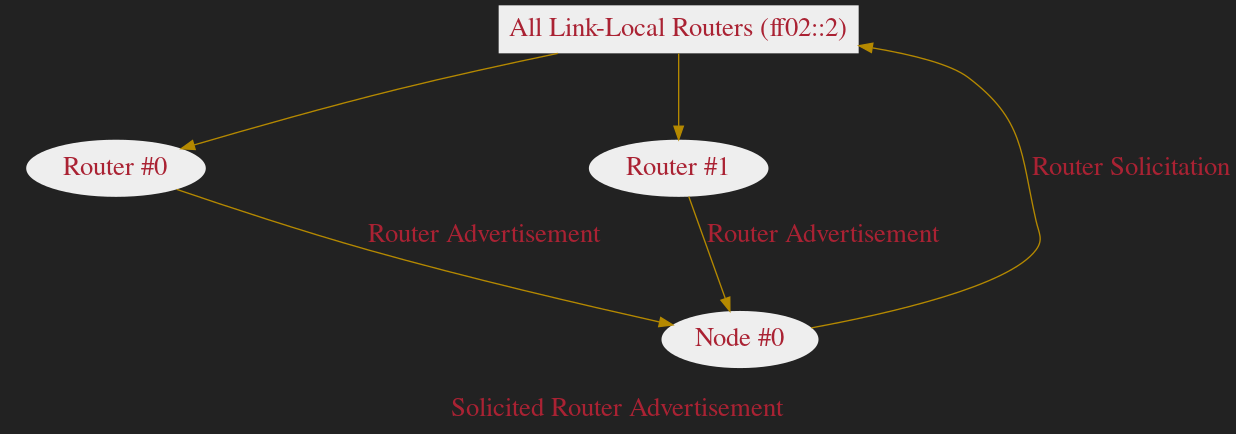
The Graphviz diagram slides/graphs/images/ndp-sra.png in dlrobertson/dlrobertson.com, before a commit. Its source is kept beside it as slides/graphs/sources/ndp-sra.dot.
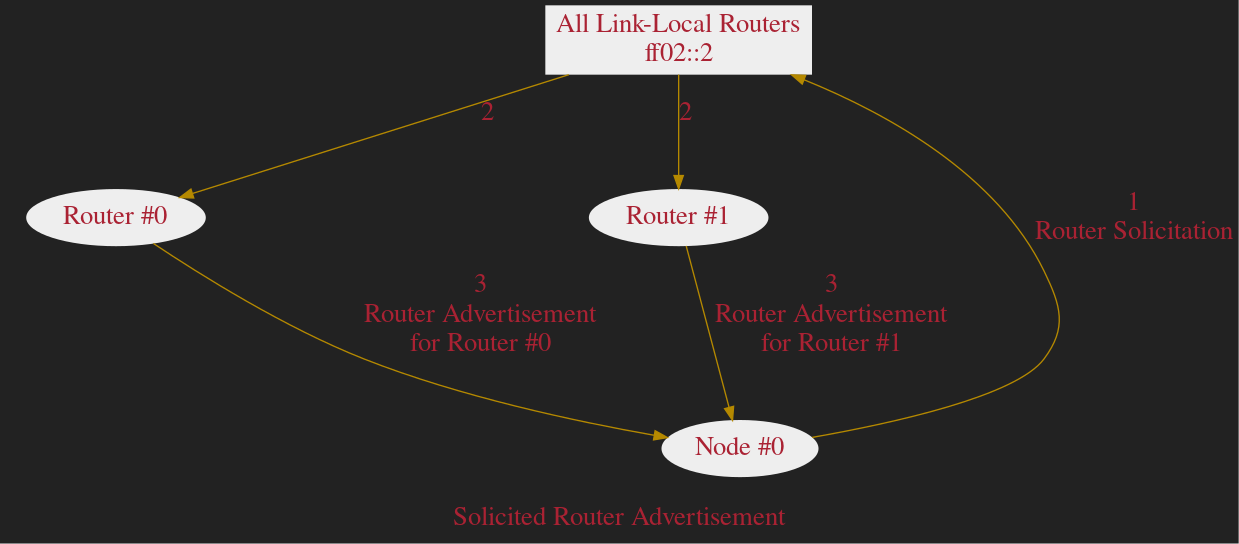
After the commit.

What changed in the source:
```diff
@@ -26,7 +26,7 @@
         ]
     }
     all_routers[
-        label="All Link-Local Routers (ff02::2)"
+        label="All Link-Local Routers\nff02::2"
         style=filled
         color=none
         fillcolor="#eeeeee"
@@ -42,9 +42,9 @@
             fillcolor="#eeeeee"
         ]
     }
-    node0 -> all_routers[label="Router Solicitation"]
-    all_routers -> router0
-    all_routers -> router1
-    router0 -> node0[label="Router Advertisement"]
-    router1 -> node0[label="Router Advertisement"]
+    node0 -> all_routers[label="1\nRouter Solicitation"]
+    all_routers -> router0[label="2"]
+    all_routers -> router1[label="2"]
+    router0 -> node0[label="3\nRouter Advertisement\nfor Router #0"]
+    router1 -> node0[label="3\nRouter Advertisement\nfor Router #1"]
 }
```
